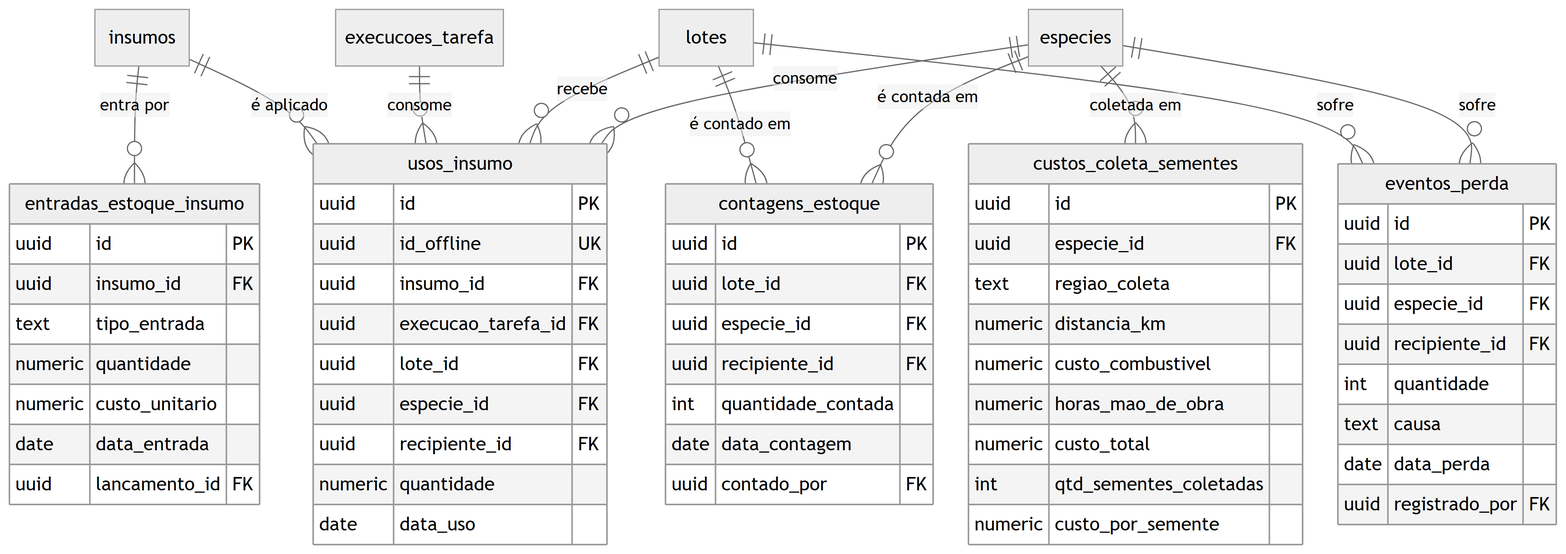
Earlier version of the Mermaid export docs/engenharia/modelo-dados-pt/img/fig15-producao-campo.png (JoaoMudar/mudar). Its source is kept beside it as docs/engenharia/modelo-dados-pt/mmd/fig15-producao-campo.mmd. Its diagram source:
```mermaid
erDiagram
  usos_insumo {
    uuid id PK
    uuid id_offline UK
    uuid insumo_id FK
    uuid execucao_tarefa_id FK
    uuid lote_id FK
    uuid especie_id FK
    uuid recipiente_id FK
    numeric quantidade
    date data_uso
  }
  entradas_estoque_insumo {
    uuid id PK
    uuid insumo_id FK
    text tipo_entrada
    numeric quantidade
    numeric custo_unitario
    date data_entrada
    uuid lancamento_id FK
  }
  eventos_perda {
    uuid id PK
    uuid lote_id FK
    uuid especie_id FK
    uuid recipiente_id FK
    int quantidade
    text causa
    date data_perda
    uuid registrado_por FK
  }
  contagens_estoque {
    uuid id PK
    uuid lote_id FK
    uuid especie_id FK
    uuid recipiente_id FK
    int quantidade_contada
    date data_contagem
    uuid contado_por FK
  }
  custos_coleta_sementes {
    uuid id PK
    uuid especie_id FK
    text regiao_coleta
    numeric distancia_km
    numeric custo_combustivel
    numeric horas_mao_de_obra
    numeric custo_total
    int qtd_sementes_coletadas
    numeric custo_por_semente
  }
  especies {
  }
  insumos {
  }
  lotes {
  }
  execucoes_tarefa {
  }

  insumos          ||--o{ usos_insumo             : "é aplicado"
  insumos          ||--o{ entradas_estoque_insumo : "entra por"
  execucoes_tarefa ||--o{ usos_insumo             : "consome"
  lotes            ||--o{ usos_insumo             : "recebe"
  especies         ||--o{ usos_insumo             : "consome"
  lotes            ||--o{ eventos_perda           : "sofre"
  especies         ||--o{ eventos_perda           : "sofre"
  lotes            ||--o{ contagens_estoque       : "é contado em"
  especies         ||--o{ contagens_estoque       : "é contada em"
  especies         ||--o{ custos_coleta_sementes  : "coletada em"
```
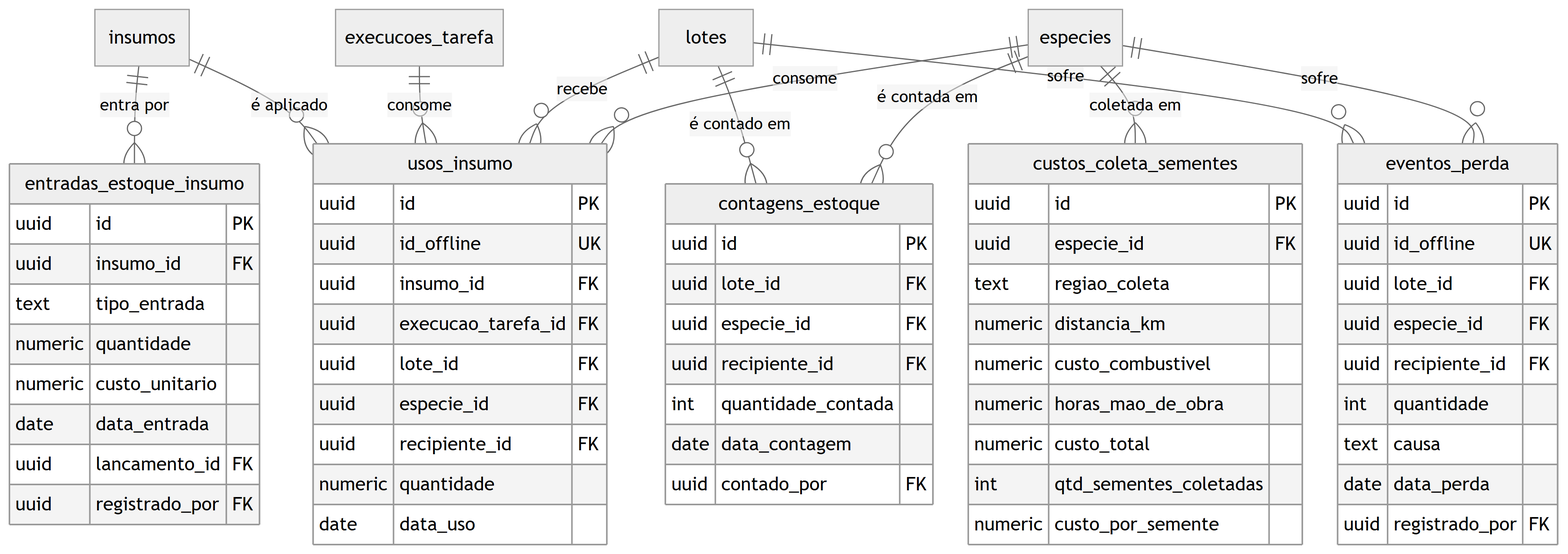
The same diagram one commit later.

The edit, as a diff of the source:
```diff
@@ -18,9 +18,11 @@
     numeric custo_unitario
     date data_entrada
     uuid lancamento_id FK
+    uuid registrado_por FK
   }
   eventos_perda {
     uuid id PK
+    uuid id_offline UK
     uuid lote_id FK
     uuid especie_id FK
     uuid recipiente_id FK
```
